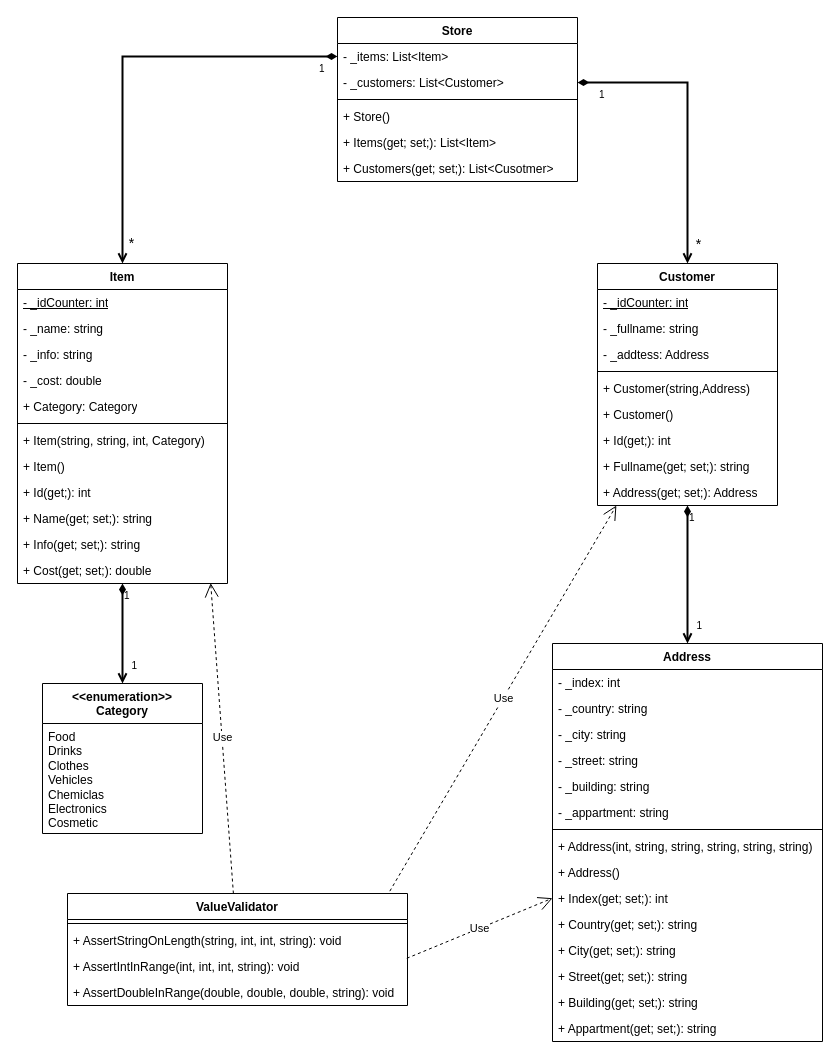
This is scr/ObjectOrientedPractics/doc/OOP2.drawio from TimGook/Programming, a draw.io file, before an edit. Source tidied: cells renumbered, new cells numbered last; positions are measured from the earlier drawing's top-left corner, leaving out a move shared by most shapes. Both pictures are drawn from the tidied source at 100%, with x=0, y=0 at pixel (17, 17).
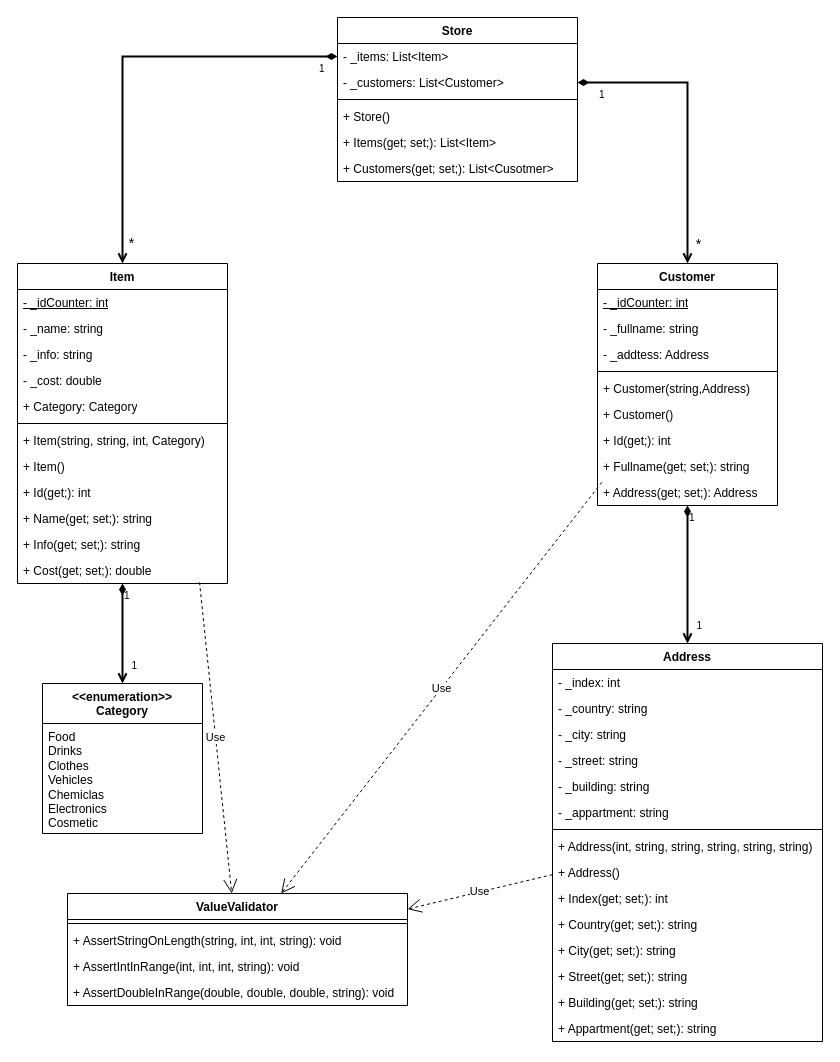
The same diagram, later.

Unchanged cells that the change refers to:
```xml
<mxCell id="14" value="+ Cost(get; set;): double" style="text;strokeColor=none;fillColor=none;align=left;verticalAlign=top;spacingLeft=4;spacingRight=4;overflow=hidden;points=[[0,0.5],[1,0.5]];portConstraint=eastwest;whiteSpace=wrap;html=1;" parent="2" vertex="1">
  <mxGeometry y="294" width="210" height="26" as="geometry" />
</mxCell>
<mxCell id="22" value="Customer" style="swimlane;fontStyle=1;align=center;verticalAlign=top;horizontal=1;startSize=26;whiteSpace=wrap;html=1;" parent="1" vertex="1">
  <mxGeometry x="580" y="246" width="180" height="242" as="geometry" />
</mxCell>
<mxCell id="31" value="+ Address(get; set;): Address" style="text;strokeColor=none;fillColor=none;align=left;verticalAlign=top;spacingLeft=4;spacingRight=4;overflow=hidden;points=[[0,0.5],[1,0.5]];portConstraint=eastwest;whiteSpace=wrap;html=1;" parent="22" vertex="1">
  <mxGeometry y="216" width="180" height="26" as="geometry" />
</mxCell>
<mxCell id="34" value="Address" style="swimlane;fontStyle=1;align=center;verticalAlign=top;horizontal=1;startSize=26;whiteSpace=wrap;html=1;" parent="1" vertex="1">
  <mxGeometry x="535" y="626" width="270" height="398" as="geometry" />
</mxCell>
<mxCell id="50" value="ValueValidator" style="swimlane;fontStyle=1;align=center;verticalAlign=top;horizontal=1;startSize=26;whiteSpace=wrap;html=1;" parent="1" vertex="1">
  <mxGeometry x="50" y="876" width="340" height="112" as="geometry" />
</mxCell>
<mxCell id="52" value="+ AssertStringOnLength(string, int, int, string): void" style="text;strokeColor=none;fillColor=none;align=left;verticalAlign=top;spacingLeft=4;spacingRight=4;overflow=hidden;points=[[0,0.5],[1,0.5]];portConstraint=eastwest;whiteSpace=wrap;html=1;" parent="50" vertex="1">
  <mxGeometry y="34" width="340" height="26" as="geometry" />
</mxCell>
```

The edit, as a diff of the source:
```diff
@@
-    <mxCell id="67" value="Use" style="endArrow=open;endSize=12;dashed=1;html=1;rounded=0;exitX=0.998;exitY=1.185;exitDx=0;exitDy=0;exitPerimeter=0;" parent="1" edge="1" source="52" target="34">
+    <mxCell id="67" value="Use" style="endArrow=open;endSize=12;dashed=1;html=1;rounded=0;" parent="1" edge="1" source="34" target="50">
       <mxGeometry relative="1" as="geometry" />
     </mxCell>
-    <mxCell id="68" value="Use" style="endArrow=open;endSize=12;dashed=1;html=1;rounded=0;entryX=0.92;entryY=0.985;entryDx=0;entryDy=0;entryPerimeter=0;" parent="1" edge="1" source="50" target="14">
+    <mxCell id="68" value="Use" style="endArrow=open;endSize=12;dashed=1;html=1;rounded=0;exitX=0.867;exitY=0.954;exitDx=0;exitDy=0;exitPerimeter=0;" parent="1" edge="1" source="14" target="50">
       <mxGeometry relative="1" as="geometry" />
     </mxCell>
-    <mxCell id="69" value="Use" style="endArrow=open;endSize=12;dashed=1;html=1;rounded=0;exitX=0.948;exitY=-0.021;exitDx=0;exitDy=0;exitPerimeter=0;" parent="1" edge="1" source="50" target="22">
+    <mxCell id="69" value="Use" style="endArrow=open;endSize=12;dashed=1;html=1;rounded=0;exitX=0.024;exitY=0.108;exitDx=0;exitDy=0;exitPerimeter=0;" parent="1" edge="1" source="31" target="50">
       <mxGeometry relative="1" as="geometry" />
     </mxCell>
```
